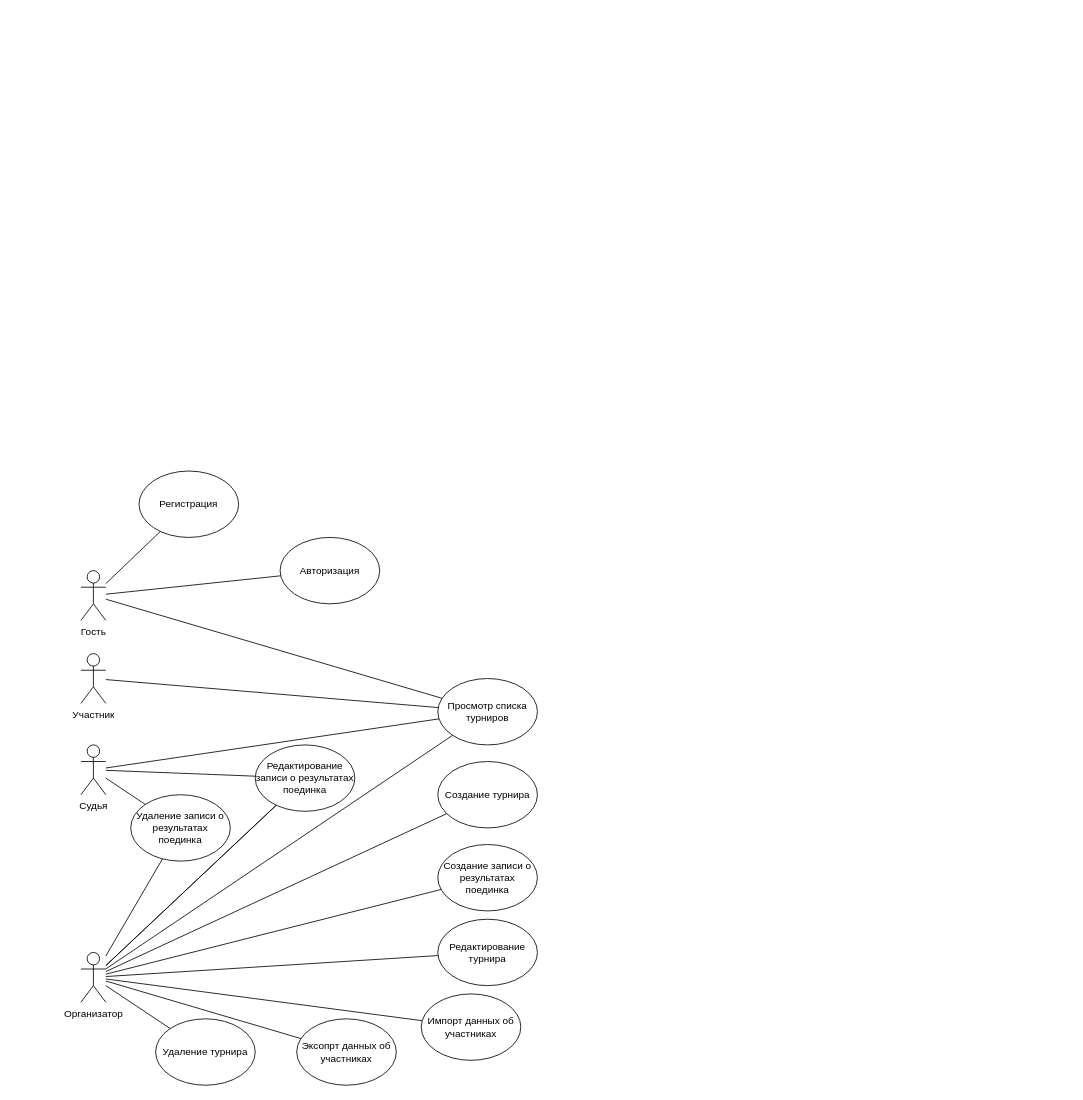
Earlier version of the draw.io diagram Диаграмма_вариантов_использования.drawio (keepish/TournamentManager). Source tidied: cells renumbered, new cells numbered last; positions are measured from the earlier drawing's top-left corner, leaving out a move shared by most shapes. Both pictures are drawn from the tidied source at 83%, with x=0, y=0 at pixel (81, 471).
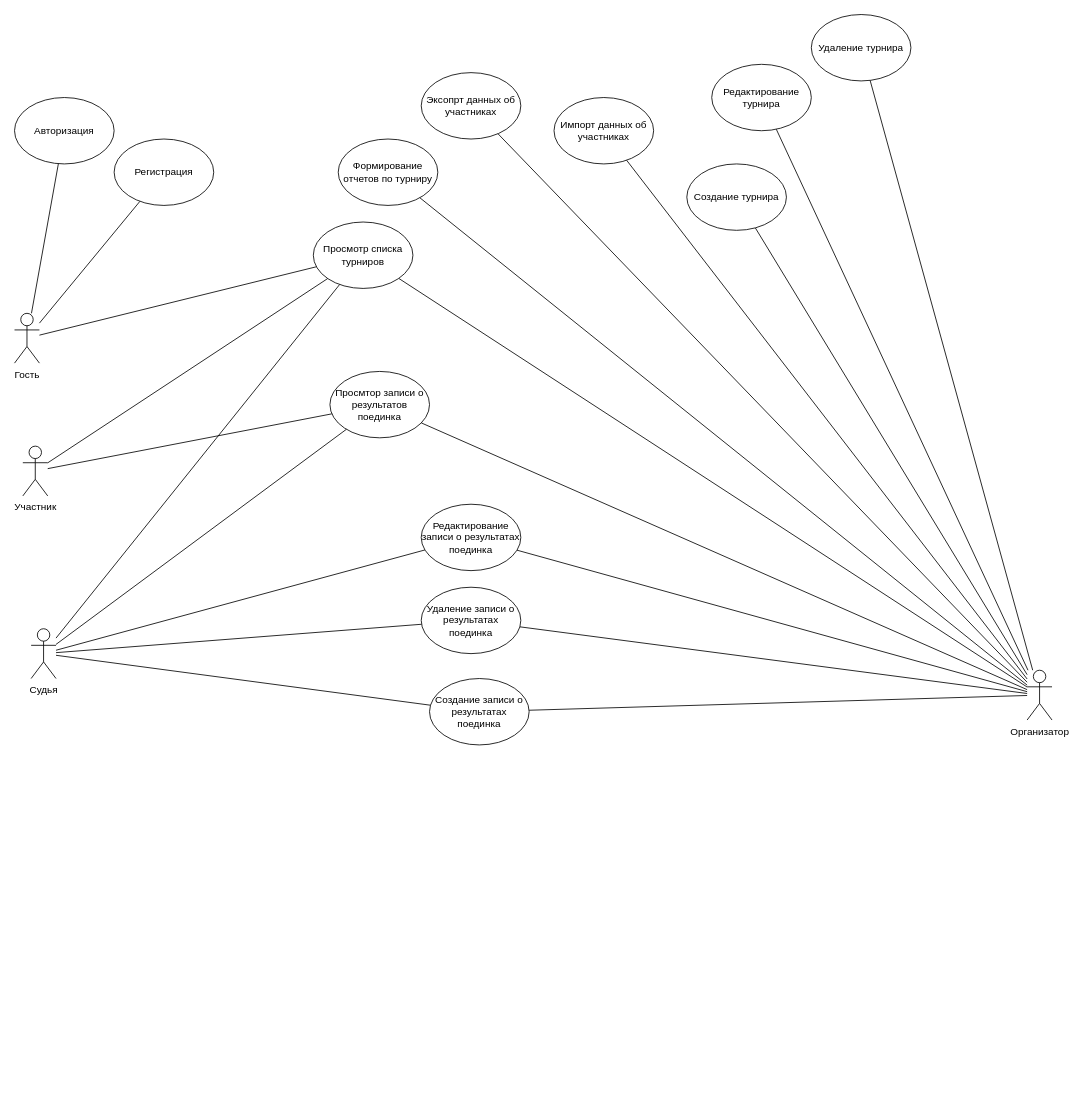
The same diagram, later.

Diff of the diagram source:
```diff
@@
     <mxCell id="2" value="Гость" style="shape=umlActor;verticalLabelPosition=bottom;verticalAlign=top;html=1;outlineConnect=0;" parent="1" vertex="1">
-      <mxGeometry y="120" width="30" height="60" as="geometry" />
+      <mxGeometry x="-80" y="-190" width="30" height="60" as="geometry" />
     </mxCell>
     <mxCell id="3" value="Организатор" style="shape=umlActor;verticalLabelPosition=bottom;verticalAlign=top;html=1;outlineConnect=0;" parent="1" vertex="1">
-      <mxGeometry y="580" width="30" height="60" as="geometry" />
+      <mxGeometry x="1140" y="240" width="30" height="60" as="geometry" />
     </mxCell>
     <mxCell id="4" value="Судья" style="shape=umlActor;verticalLabelPosition=bottom;verticalAlign=top;html=1;outlineConnect=0;" parent="1" vertex="1">
-      <mxGeometry y="330" width="30" height="60" as="geometry" />
+      <mxGeometry x="-60" y="190" width="30" height="60" as="geometry" />
     </mxCell>
     <mxCell id="5" value="Участник" style="shape=umlActor;verticalLabelPosition=bottom;verticalAlign=top;html=1;outlineConnect=0;" parent="1" vertex="1">
-      <mxGeometry y="220" width="30" height="60" as="geometry" />
+      <mxGeometry x="-70" y="-30" width="30" height="60" as="geometry" />
     </mxCell>
     <mxCell id="6" value="Авторизация" style="ellipse;whiteSpace=wrap;html=1;" parent="1" vertex="1">
-      <mxGeometry x="240" y="80" width="120" height="80" as="geometry" />
+      <mxGeometry x="-80" y="-450" width="120" height="80" as="geometry" />
     </mxCell>
     <mxCell id="7" value="Просмотр списка турниров" style="ellipse;whiteSpace=wrap;html=1;" parent="1" vertex="1">
-      <mxGeometry x="430" y="250" width="120" height="80" as="geometry" />
+      <mxGeometry x="280" y="-300" width="120" height="80" as="geometry" />
     </mxCell>
     <mxCell id="8" value="Создание турнира" style="ellipse;whiteSpace=wrap;html=1;" parent="1" vertex="1">
-      <mxGeometry x="430" y="350" width="120" height="80" as="geometry" />
+      <mxGeometry x="730" y="-370" width="120" height="80" as="geometry" />
     </mxCell>
     <mxCell id="9" value="Редактирование турнира" style="ellipse;whiteSpace=wrap;html=1;" parent="1" vertex="1">
-      <mxGeometry x="430" y="540" width="120" height="80" as="geometry" />
+      <mxGeometry x="760" y="-490" width="120" height="80" as="geometry" />
     </mxCell>
     <mxCell id="10" value="Удаление турнира" style="ellipse;whiteSpace=wrap;html=1;" parent="1" vertex="1">
-      <mxGeometry x="90" y="660" width="120" height="80" as="geometry" />
+      <mxGeometry x="880" y="-550" width="120" height="80" as="geometry" />
     </mxCell>
     <mxCell id="11" value="Создание записи о результатах поединка" style="ellipse;whiteSpace=wrap;html=1;" parent="1" vertex="1">
-      <mxGeometry x="430" y="450" width="120" height="80" as="geometry" />
+      <mxGeometry x="420" y="250" width="120" height="80" as="geometry" />
     </mxCell>
     <mxCell id="12" value="Импорт данных об участниках" style="ellipse;whiteSpace=wrap;html=1;" parent="1" vertex="1">
-      <mxGeometry x="410" y="630" width="120" height="80" as="geometry" />
+      <mxGeometry x="570" y="-450" width="120" height="80" as="geometry" />
     </mxCell>
     <mxCell id="13" value="Эксопрт данных об участниках" style="ellipse;whiteSpace=wrap;html=1;" parent="1" vertex="1">
-      <mxGeometry x="260" y="660" width="120" height="80" as="geometry" />
+      <mxGeometry x="410" y="-480" width="120" height="80" as="geometry" />
     </mxCell>
@@
     <mxCell id="25" value="Редактирование записи о результатах поединка" style="ellipse;whiteSpace=wrap;html=1;" parent="1" vertex="1">
-      <mxGeometry x="210" y="330" width="120" height="80" as="geometry" />
+      <mxGeometry x="410" y="40" width="120" height="80" as="geometry" />
     </mxCell>
@@
     <mxCell id="28" value="Регистрация" style="ellipse;whiteSpace=wrap;html=1;" parent="1" vertex="1">
-      <mxGeometry x="70" width="120" height="80" as="geometry" />
+      <mxGeometry x="40" y="-400" width="120" height="80" as="geometry" />
     </mxCell>
@@
     <mxCell id="30" value="Удаление записи о результатах поединка" style="ellipse;whiteSpace=wrap;html=1;" parent="1" vertex="1">
-      <mxGeometry x="60" y="390" width="120" height="80" as="geometry" />
+      <mxGeometry x="410" y="140" width="120" height="80" as="geometry" />
     </mxCell>
@@
-    <mxCell id="32" style="endArrow=none;html=1;rounded=0;endFill=0;" parent="1" edge="1" source="3" target="25">
-      <mxGeometry relative="1" as="geometry" />
-    </mxCell>
@@
+    <mxCell id="34" style="endArrow=none;html=1;rounded=0;endFill=0;" parent="1" edge="1" source="11" target="4">
+      <mxGeometry relative="1" as="geometry" />
+    </mxCell>
+    <mxCell id="35" value="Просмтор записи о результатов поединка" style="ellipse;whiteSpace=wrap;html=1;" parent="1" vertex="1">
+      <mxGeometry x="300" y="-120" width="120" height="80" as="geometry" />
+    </mxCell>
+    <mxCell id="36" value="Формирование отчетов по турниру" style="ellipse;whiteSpace=wrap;html=1;" parent="1" vertex="1">
+      <mxGeometry x="310" y="-400" width="120" height="80" as="geometry" />
+    </mxCell>
+    <mxCell id="37" style="endArrow=none;html=1;rounded=0;endFill=0;" parent="1" edge="1" source="3" target="36">
+      <mxGeometry relative="1" as="geometry" />
+    </mxCell>
+    <mxCell id="38" style="endArrow=none;html=1;rounded=0;endFill=0;" parent="1" edge="1" source="5" target="35">
+      <mxGeometry relative="1" as="geometry" />
+    </mxCell>
+    <mxCell id="39" style="endArrow=none;html=1;rounded=0;endFill=0;" parent="1" edge="1" source="35" target="3">
+      <mxGeometry relative="1" as="geometry" />
+    </mxCell>
+    <mxCell id="40" style="endArrow=none;html=1;rounded=0;endFill=0;" parent="1" edge="1" source="4" target="35">
+      <mxGeometry relative="1" as="geometry" />
+    </mxCell>
```
